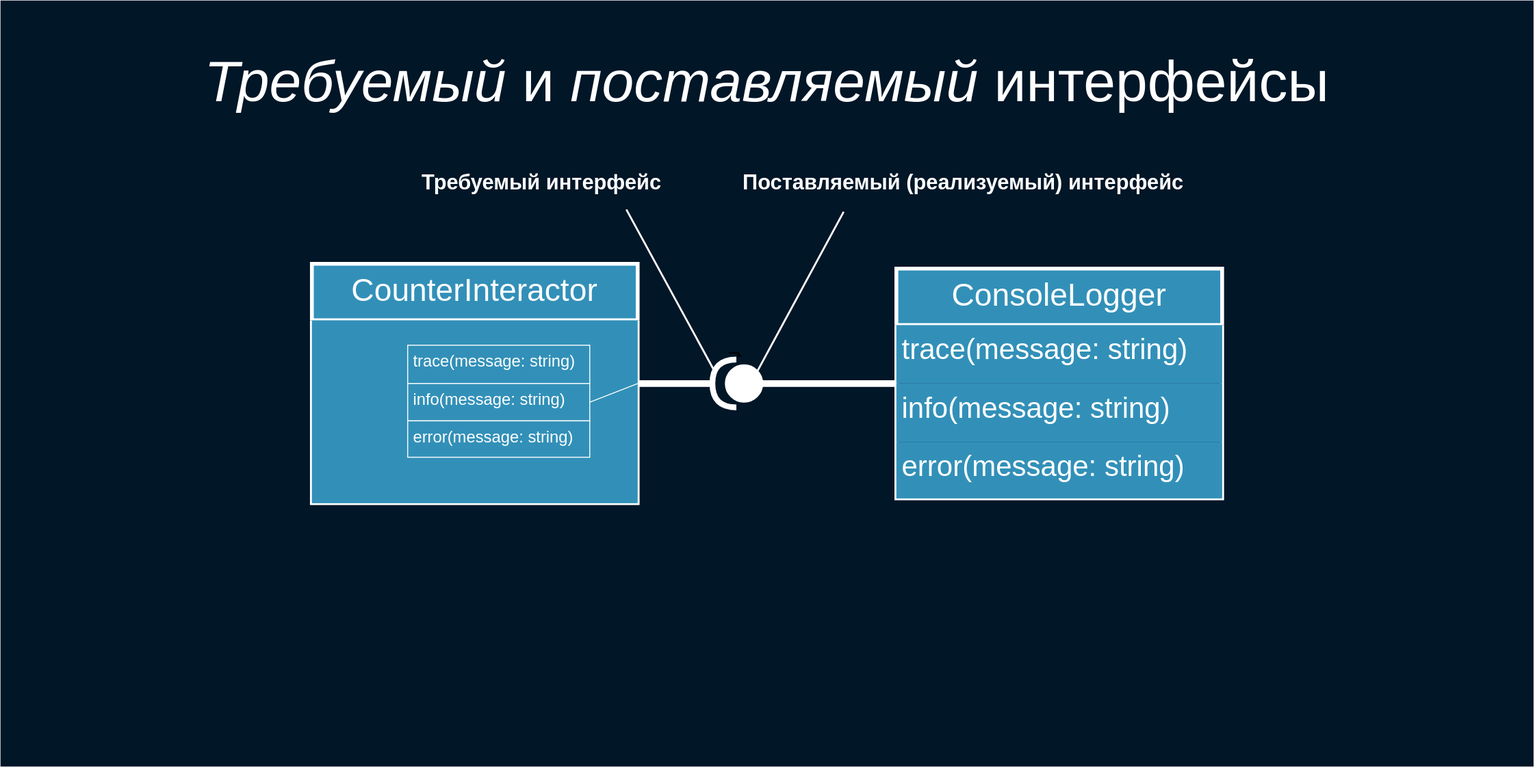
The draw.io diagram deck/ru/diagrams/requiredInterface1.svg in softspiders/dip-in-ca-deck, before a commit. Source tidied: cells renumbered, new cells last; positions are measured from the earlier drawing's top-left corner, leaving out a move shared by most shapes.
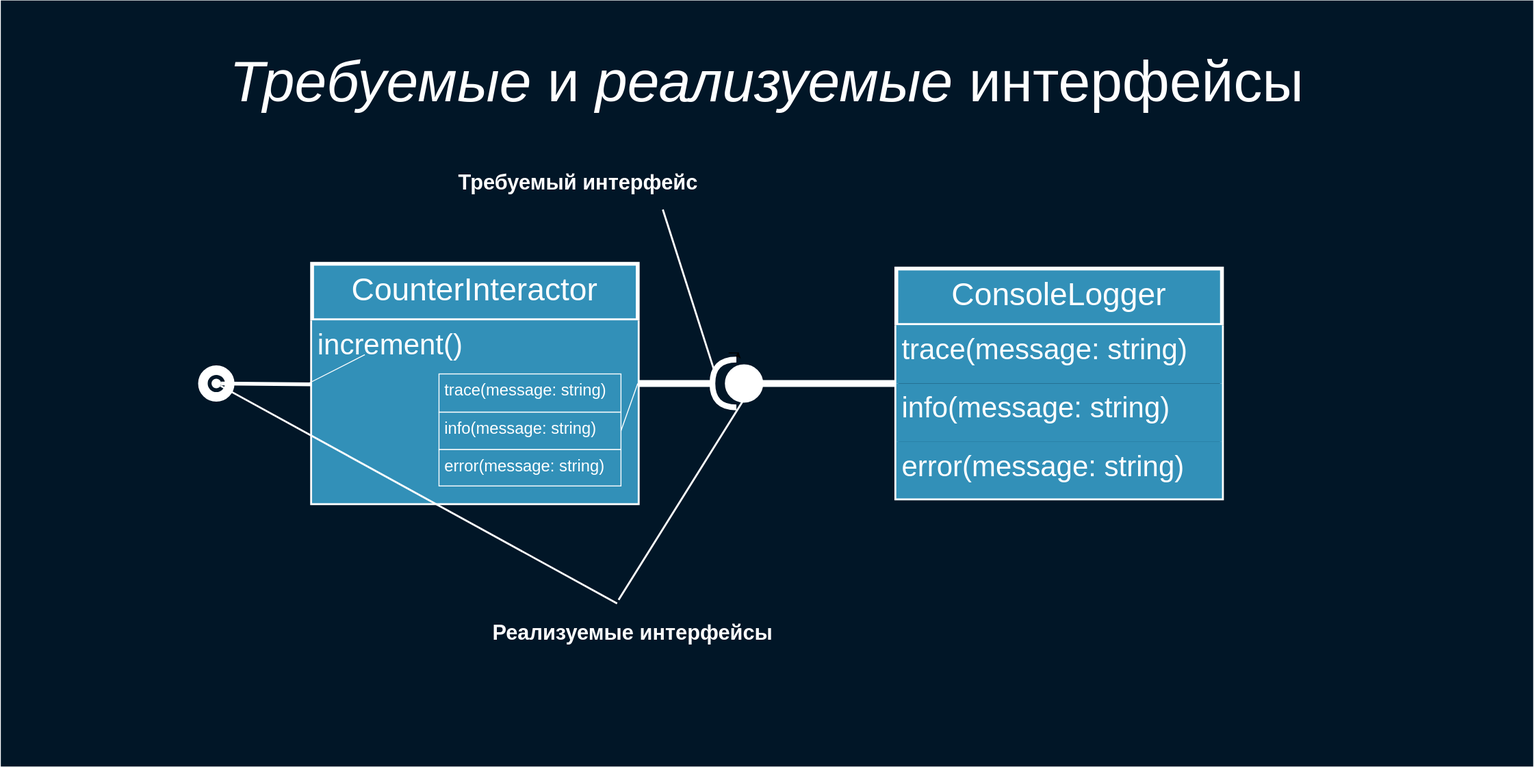
The same diagram one commit later.

The edit, as a diff of the source:
```diff
@@ -3,46 +3,45 @@
     <mxCell id="0" />
     <mxCell id="1" parent="0" />
     <mxCell id="2" style="rounded=0;whiteSpace=wrap;html=1;fillColor=#011627;fontSize=30;fontColor=#FFFFFF;strokeColor=none;" parent="1" vertex="1">
-      <mxGeometry width="1600" height="800" as="geometry" />
+      <mxGeometry x="70" y="-10" width="1600" height="800" as="geometry" />
     </mxCell>
-    <mxCell id="3" value="&lt;i&gt;Требуемый&lt;/i&gt;&amp;nbsp;и &lt;i&gt;поставляемый&lt;/i&gt;&amp;nbsp;интерфейсы" style="text;html=1;strokeColor=none;fillColor=none;align=center;verticalAlign=middle;whiteSpace=wrap;rounded=0;fontSize=60;fontColor=#FFFFFF;" parent="1" vertex="1">
-      <mxGeometry x="180.9" y="50" width="1238.1" height="70" as="geometry" />
+    <mxCell id="3" value="&lt;i&gt;Требуемые&lt;/i&gt;&amp;nbsp;и&amp;nbsp;&lt;i&gt;реализуемые&lt;/i&gt;&amp;nbsp;интерфейсы" style="text;html=1;strokeColor=none;fillColor=none;align=center;verticalAlign=middle;whiteSpace=wrap;rounded=0;fontSize=60;fontColor=#FFFFFF;" parent="1" vertex="1">
+      <mxGeometry x="250.9" y="40" width="1238.1" height="70" as="geometry" />
     </mxCell>
     <mxCell id="4" style="edgeStyle=orthogonalEdgeStyle;rounded=0;orthogonalLoop=1;jettySize=auto;html=1;exitX=0.5;exitY=1;exitDx=0;exitDy=0;entryX=0.553;entryY=0.974;entryDx=0;entryDy=0;entryPerimeter=0;fontSize=33;fontColor=#FFFFFF;" parent="1" edge="1">
       <mxGeometry relative="1" as="geometry">
-        <mxPoint x="760" y="368" as="sourcePoint" />
-        <mxPoint x="770.1" y="367.5" as="targetPoint" />
+        <mxPoint x="830" y="358" as="sourcePoint" />
+        <mxPoint x="840.1" y="357.5" as="targetPoint" />
       </mxGeometry>
     </mxCell>
     <mxCell id="5" style="rounded=0;jettySize=auto;html=1;endArrow=none;endFill=0;fontSize=32;fontColor=#FFFFFF;strokeColor=#FFFFFF;strokeWidth=7;entryX=0;entryY=0.5;entryDx=0;entryDy=0;entryPerimeter=0;exitX=0;exitY=0.5;exitDx=0;exitDy=0;" parent="1" edge="1" source="14" target="6">
       <mxGeometry relative="1" as="geometry" />
     </mxCell>
     <mxCell id="6" style="shape=providedRequiredInterface;html=1;verticalLabelPosition=bottom;labelBackgroundColor=none;strokeColor=#FFFFFF;strokeWidth=6;fillColor=#FFFFFF;fontSize=32;fontColor=#FFFFFF;rotation=-180;" parent="1" vertex="1">
-      <mxGeometry x="743" y="375" width="50" height="50" as="geometry" />
+      <mxGeometry x="813" y="365" width="50" height="50" as="geometry" />
     </mxCell>
     <mxCell id="7" style="rounded=0;jettySize=auto;html=1;endArrow=none;endFill=0;fontSize=32;fontColor=#FFFFFF;strokeColor=#FFFFFF;strokeWidth=7;exitX=1;exitY=0.5;exitDx=0;exitDy=0;exitPerimeter=0;entryX=1;entryY=0.5;entryDx=0;entryDy=0;" parent="1" edge="1" source="6" target="12">
       <mxGeometry relative="1" as="geometry" />
     </mxCell>
     <mxCell id="8" value="Требуемый интерфейс" style="text;align=center;fontStyle=1;verticalAlign=middle;spacingLeft=3;spacingRight=3;strokeColor=none;points=[[0,0.5],[1,0.5]];portConstraint=eastwest;labelBackgroundColor=none;fillColor=none;fontSize=22;fontColor=#FFFFFF;strokeWidth=4;" parent="1" vertex="1">
-      <mxGeometry x="425" y="160" width="280" height="56" as="geometry" />
+      <mxGeometry x="533" y="150" width="280" height="56" as="geometry" />
     </mxCell>
     <mxCell id="9" style="endArrow=none;html=1;strokeColor=#FFFFFF;strokeWidth=2;fontSize=16;fontColor=#FFFFFF;entryX=0.815;entryY=1.041;entryDx=0;entryDy=0;entryPerimeter=0;exitX=0.962;exitY=0.769;exitDx=0;exitDy=0;exitPerimeter=0;" parent="1" edge="1" source="6" target="8">
       <mxGeometry relative="1" as="geometry" />
     </mxCell>
-    <mxCell id="10" value="Поставляемый (реализуемый) интерфейс" style="text;align=center;fontStyle=1;verticalAlign=middle;spacingLeft=3;spacingRight=3;strokeColor=none;points=[[0,0.5],[1,0.5]];portConstraint=eastwest;labelBackgroundColor=none;fillColor=none;fontSize=22;fontColor=#FFFFFF;strokeWidth=4;" parent="1" vertex="1">
-      <mxGeometry x="755" y="160" width="500" height="56" as="geometry" />
-    </mxCell>
-    <mxCell id="11" style="endArrow=none;html=1;strokeColor=#FFFFFF;strokeWidth=2;fontSize=16;fontColor=#FFFFFF;entryX=0.25;entryY=1.083;entryDx=0;entryDy=0;entryPerimeter=0;exitX=0.068;exitY=0.746;exitDx=0;exitDy=0;exitPerimeter=0;" parent="1" edge="1" source="6" target="10">
-      <mxGeometry relative="1" as="geometry" />
-    </mxCell>
     <mxCell id="12" value="CounterInteractor" style="swimlane;fontStyle=0;align=center;verticalAlign=top;horizontal=1;startSize=59;strokeColor=#FFFFFF;strokeWidth=4;fillColor=#3290B8;fontSize=33;fontColor=#FFFFFF;labelBackgroundColor=none;" parent="1" vertex="1">
-      <mxGeometry x="325" y="275" width="340" height="250" as="geometry" />
+      <mxGeometry x="395" y="265" width="340" height="250" as="geometry" />
     </mxCell>
-    <mxCell id="13" style="text;strokeColor=none;fillColor=#3290B8;align=left;verticalAlign=top;spacingLeft=4;spacingRight=4;overflow=hidden;points=[[0,0.5],[1,0.5]];portConstraint=eastwest;fontColor=#FFFFFF;fontSize=30;labelBackgroundColor=none;" parent="12" vertex="1">
+    <mxCell id="13" value="increment()" style="text;strokeColor=none;fillColor=#3290B8;align=left;verticalAlign=top;spacingLeft=4;spacingRight=4;overflow=hidden;points=[[0,0.5],[1,0.5]];portConstraint=eastwest;fontColor=#FFFFFF;fontSize=30;labelBackgroundColor=none;" parent="12" vertex="1">
       <mxGeometry y="59" width="340" height="191" as="geometry" />
     </mxCell>
+    <mxCell id="22" style="endArrow=none;html=1;strokeColor=#FFFFFF;strokeWidth=1;fontSize=16;fontColor=#FFFFFF;entryX=0.162;entryY=0.188;entryDx=0;entryDy=0;entryPerimeter=0;" parent="12" edge="1" target="13">
+      <mxGeometry relative="1" as="geometry">
+        <mxPoint x="-4" y="125" as="sourcePoint" />
+      </mxGeometry>
+    </mxCell>
     <mxCell id="14" value="ConsoleLogger" style="swimlane;fontStyle=0;align=center;verticalAlign=top;horizontal=1;startSize=59;strokeColor=#FFFFFF;strokeWidth=4;fillColor=#3290B8;fontSize=33;fontColor=#FFFFFF;labelBackgroundColor=none;" parent="1" vertex="1">
-      <mxGeometry x="935" y="280" width="340" height="240" as="geometry" />
+      <mxGeometry x="1005" y="270" width="340" height="240" as="geometry" />
     </mxCell>
     <mxCell id="15" value="trace(message: string)" style="text;strokeColor=none;fillColor=#3290B8;align=left;verticalAlign=top;spacingLeft=4;spacingRight=4;overflow=hidden;fontColor=#FFFFFF;fontSize=30;labelBackgroundColor=none;" parent="14" vertex="1">
       <mxGeometry y="59" width="340" height="61" as="geometry" />
@@ -53,17 +52,32 @@
     <mxCell id="17" value="error(message: string)" style="text;strokeColor=none;fillColor=#3290B8;align=left;verticalAlign=top;spacingLeft=4;spacingRight=4;overflow=hidden;fontColor=#FFFFFF;fontSize=30;labelBackgroundColor=none;" parent="14" vertex="1">
       <mxGeometry y="181" width="340" height="59" as="geometry" />
     </mxCell>
+    <mxCell id="10" value="Реализуемые интерфейсы" style="text;align=center;fontStyle=1;verticalAlign=middle;spacingLeft=3;spacingRight=3;strokeColor=none;points=[[0,0.5],[1,0.5]];portConstraint=eastwest;labelBackgroundColor=none;fillColor=none;fontSize=22;fontColor=#FFFFFF;strokeWidth=4;" parent="1" vertex="1">
+      <mxGeometry x="480" y="620" width="500" height="56" as="geometry" />
+    </mxCell>
+    <mxCell id="11" style="endArrow=none;html=1;strokeColor=#FFFFFF;strokeWidth=2;fontSize=16;fontColor=#FFFFFF;entryX=0.47;entryY=-0.073;entryDx=0;entryDy=0;entryPerimeter=0;exitX=0.26;exitY=0.3;exitDx=0;exitDy=0;exitPerimeter=0;" parent="1" edge="1" source="6" target="10">
+      <mxGeometry relative="1" as="geometry" />
+    </mxCell>
     <mxCell id="18" value="trace(message: string)" style="text;strokeColor=#FFFFFF;fillColor=#3290B8;align=left;verticalAlign=top;spacingLeft=4;spacingRight=4;overflow=hidden;fontColor=#FFFFFF;fontSize=17;labelBackgroundColor=none;" parent="1" vertex="1">
-      <mxGeometry x="425" y="360" width="190" height="40" as="geometry" />
+      <mxGeometry x="527.5" y="380" width="190" height="40" as="geometry" />
     </mxCell>
     <mxCell id="19" value="info(message: string)" style="text;strokeColor=#FFFFFF;fillColor=#3290B8;align=left;verticalAlign=top;spacingLeft=4;spacingRight=4;overflow=hidden;points=[[0,0.5],[1,0.5]];portConstraint=eastwest;fontColor=#FFFFFF;fontSize=17;labelBackgroundColor=none;" parent="1" vertex="1">
-      <mxGeometry x="425" y="400" width="190" height="39" as="geometry" />
+      <mxGeometry x="527.5" y="420" width="190" height="39" as="geometry" />
     </mxCell>
     <mxCell id="20" value="error(message: string)" style="text;strokeColor=#FFFFFF;fillColor=#3290B8;align=left;verticalAlign=top;spacingLeft=4;spacingRight=4;overflow=hidden;fontColor=#FFFFFF;fontSize=17;labelBackgroundColor=none;" parent="1" vertex="1">
-      <mxGeometry x="425" y="439" width="190" height="38" as="geometry" />
+      <mxGeometry x="527.5" y="459" width="190" height="38" as="geometry" />
     </mxCell>
     <mxCell id="21" style="endArrow=none;html=1;strokeColor=#FFFFFF;strokeWidth=1;fontSize=16;fontColor=#FFFFFF;exitX=1;exitY=0.5;exitDx=0;exitDy=0;entryX=1;entryY=0.5;entryDx=0;entryDy=0;" parent="1" edge="1" source="19" target="12">
       <mxGeometry relative="1" as="geometry" />
     </mxCell>
+    <mxCell id="23" style="rounded=0;jettySize=auto;html=1;endArrow=none;endFill=0;labelBackgroundColor=none;strokeColor=#FFFFFF;strokeWidth=4;fontSize=33;fontColor=#FFFFFF;exitX=-0.001;exitY=0.35;exitDx=0;exitDy=0;exitPerimeter=0;" parent="1" edge="1" source="13" target="24">
+      <mxGeometry relative="1" as="geometry" />
+    </mxCell>
+    <mxCell id="24" style="ellipse;whiteSpace=wrap;html=1;fontFamily=Helvetica;fontSize=12;fontColor=#FFFFFF;align=center;strokeColor=#FFFFFF;fillColor=#ffffff;points=[];labelBackgroundColor=none;strokeWidth=28;" parent="1" vertex="1">
+      <mxGeometry x="290" y="385" width="10" height="10" as="geometry" />
+    </mxCell>
+    <mxCell id="25" style="endArrow=none;html=1;strokeColor=#FFFFFF;strokeWidth=2;fontSize=16;fontColor=#FFFFFF;entryX=0.467;entryY=-0.005;entryDx=0;entryDy=0;entryPerimeter=0;" parent="1" edge="1" source="24" target="10">
+      <mxGeometry relative="1" as="geometry" />
+    </mxCell>
   </root>
 </mxGraphModel>
```
